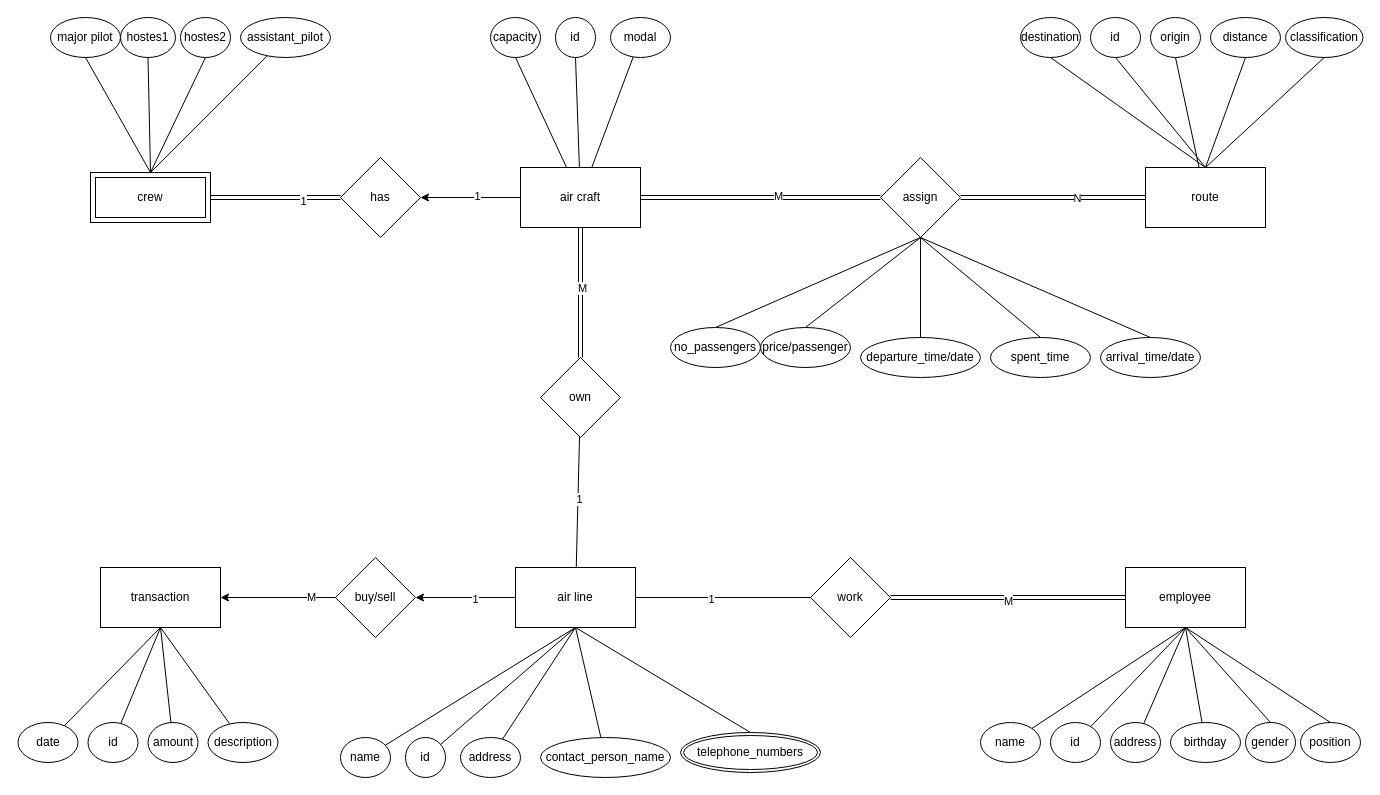
Before: Day15/airlines.drawio in PeterTorki/full-stack-mearn-tasks, a draw.io diagram. Source tidied: cells renumbered, new cells numbered last; positions are measured from the earlier drawing's top-left corner, leaving out a move shared by most shapes. Both pictures are drawn from the tidied source at 100%, with x=0, y=0 at pixel (18, 17).
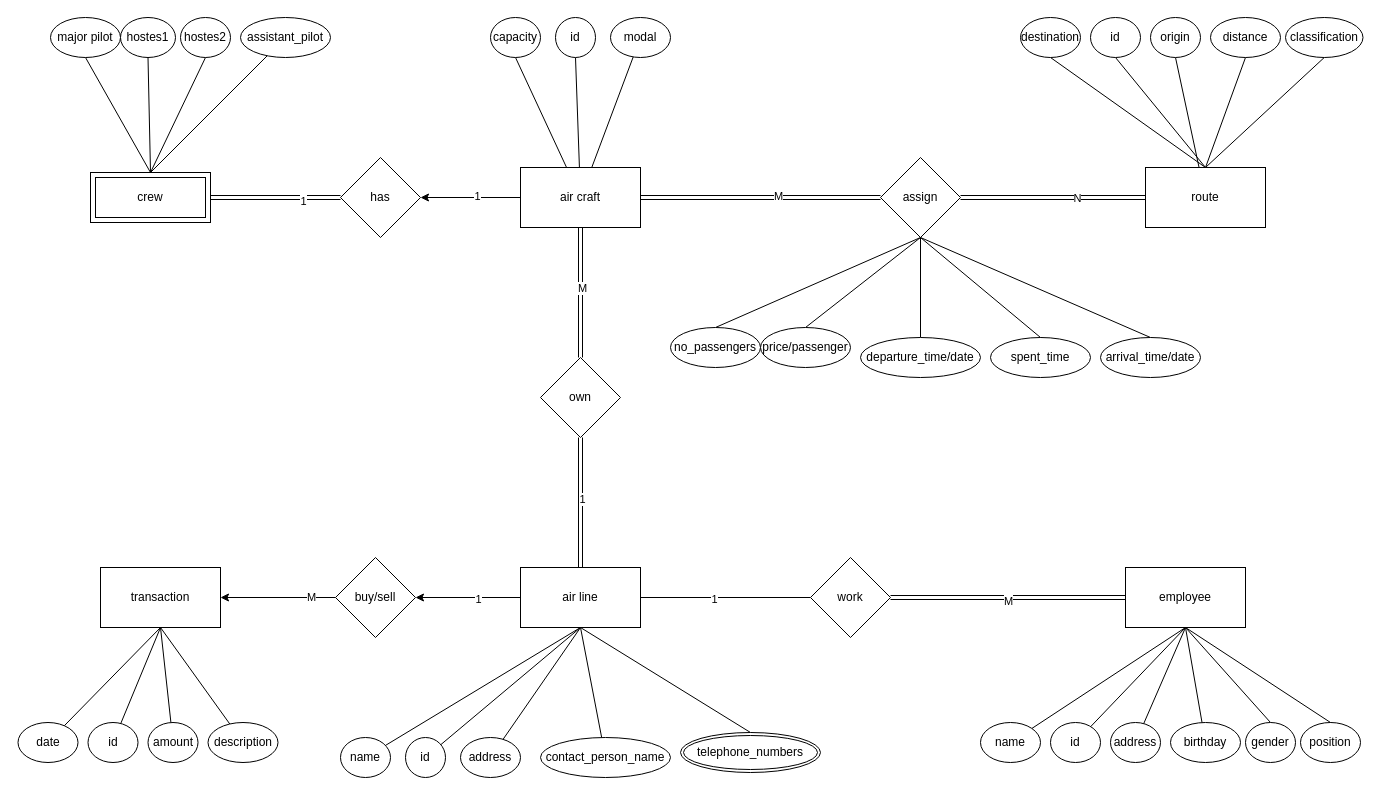
The same diagram, later.

The change refers to these unchanged cells:
```xml
<mxCell id="76" value="own" style="rhombus;whiteSpace=wrap;html=1;rounded=0;" parent="1" vertex="1">
  <mxGeometry x="522" y="340" width="80" height="80" as="geometry" />
</mxCell>
```

Diff of the diagram source:
```diff
@@
-    <mxCell id="6" style="rounded=0;jettySize=auto;html=1;endArrow=none;endFill=0;" parent="1" edge="1" source="10" target="76">
+    <mxCell id="6" style="rounded=0;jettySize=auto;html=1;endArrow=none;endFill=0;shape=link;" parent="1" edge="1" source="10" target="76">
       <mxGeometry relative="1" as="geometry" />
     </mxCell>
@@
     <mxCell id="10" value="air line" style="rounded=0;whiteSpace=wrap;html=1;" parent="1" vertex="1">
-      <mxGeometry x="497" y="550" width="120" height="60" as="geometry" />
+      <mxGeometry x="502" y="550" width="120" height="60" as="geometry" />
     </mxCell>
```
